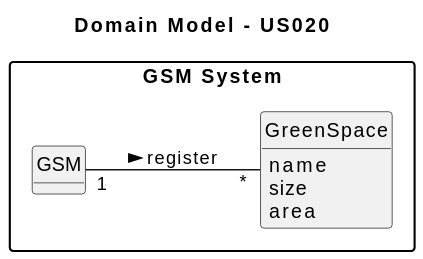
The PlantUML diagram docs/sprintC/us020/02.analysis/svg/us020-domain-model-Domain_Model___US008.svg in SAEmanuel/Green_Spaces_Management_ISEP, before a commit. Source of this version:
```plantuml
@startuml
skinparam monochrome true
skinparam packageStyle rectangle
skinparam shadowing false

left to right direction

skinparam classAttributeIconSize 0

hide circle
hide methods
package "GSM System" {

title Domain Model - US020



class GSM {
}

class GreenSpace {
         name
         size
         area
}





GSM "1" -- "*" GreenSpace : register >
@enduml
```
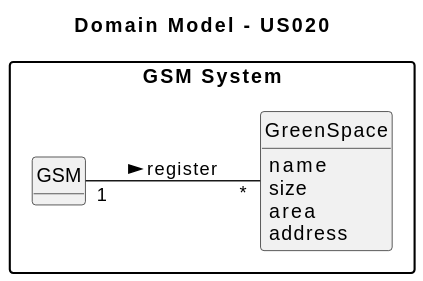
The same file after the commit.

Diff of the diagram source:
```diff
@@ -22,6 +22,7 @@
          name
          size
          area
+         address
 }
 
 
```
